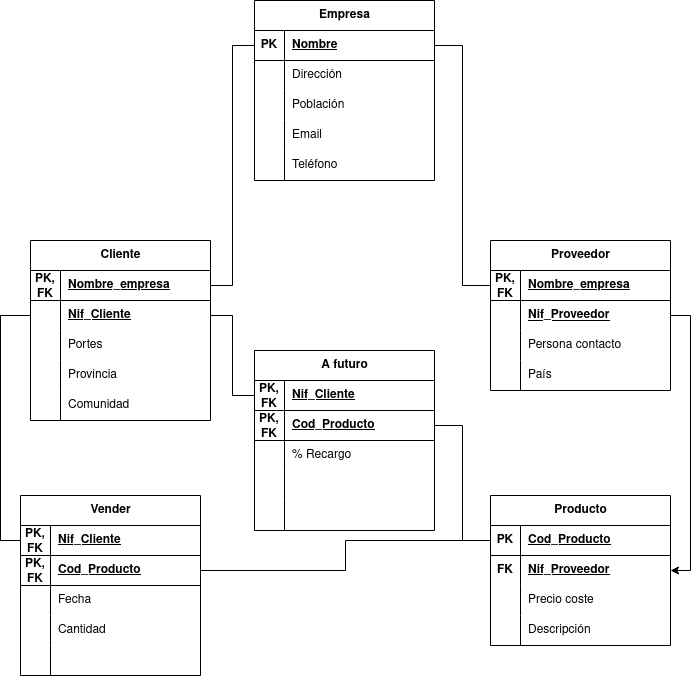
LuisMGlez/base-datos keeps this draw.io diagram as Unidad-1/Tareas/Tareas-evaluables/Tarea-evaluable-5/tarea-empresa-compraventa.drawio.png. Above is the earlier version. Source tidied: cells renumbered, new cells last; positions are measured from the earlier drawing's top-left corner, leaving out a move shared by most shapes.
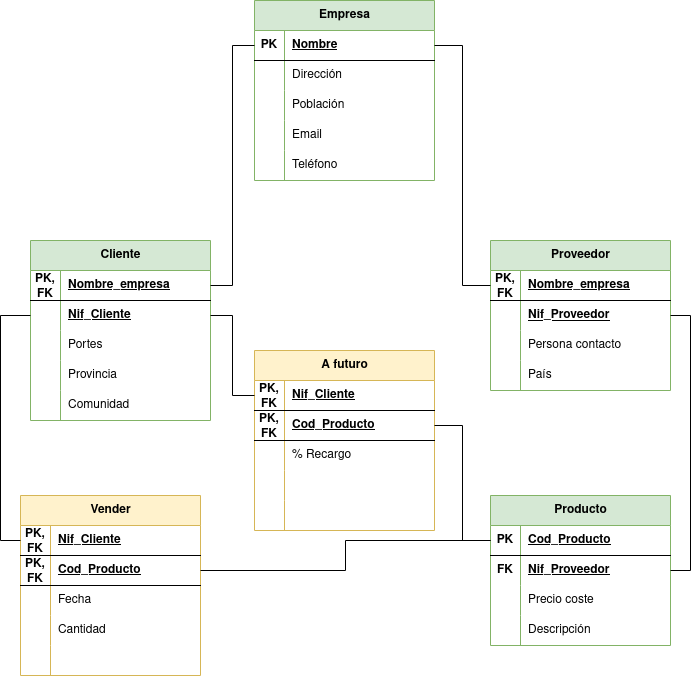
Later version of the same file.

What changed in the source:
```diff
@@ -2,7 +2,7 @@
   <root>
     <mxCell id="0" />
     <mxCell id="1" parent="0" />
-    <mxCell id="2" value="Cliente" style="shape=table;startSize=30;rowLines=0;fontStyle=1;align=center;html=1;" parent="1" vertex="1">
+    <mxCell id="2" value="Cliente" style="shape=table;startSize=30;rowLines=0;fontStyle=1;align=center;html=1;fillColor=#d5e8d4;strokeColor=#82b366;" parent="1" vertex="1">
       <mxGeometry x="10" y="240" width="180" height="180" as="geometry" />
     </mxCell>
     <mxCell id="3" style="shape=tableRow;horizontal=0;startSize=0;swimlaneHead=0;swimlaneBody=0;fillColor=none;points=[[0,0.5],[1,0.5]];portConstraint=eastwest;top=0;left=0;right=0;bottom=1;" parent="2" vertex="1">
@@ -50,7 +50,7 @@
     <mxCell id="17" value="Comunidad" style="shape=partialRectangle;fillColor=none;top=0;left=0;bottom=0;right=0;align=left;spacingLeft=6;overflow=hidden;whiteSpace=wrap;html=1;" parent="15" vertex="1">
       <mxGeometry x="30" width="150" height="30" as="geometry" />
     </mxCell>
-    <mxCell id="18" value="Empresa" style="shape=table;startSize=30;rowLines=0;fontStyle=1;align=center;html=1;" parent="1" vertex="1">
+    <mxCell id="18" value="Empresa" style="shape=table;startSize=30;rowLines=0;fontStyle=1;align=center;html=1;fillColor=#d5e8d4;strokeColor=#82b366;" parent="1" vertex="1">
       <mxGeometry x="234" width="180" height="180" as="geometry" />
     </mxCell>
     <mxCell id="19" style="shape=tableRow;horizontal=0;startSize=0;swimlaneHead=0;swimlaneBody=0;fillColor=none;points=[[0,0.5],[1,0.5]];portConstraint=eastwest;top=0;left=0;right=0;bottom=1;" parent="18" vertex="1">
@@ -98,7 +98,7 @@
     <mxCell id="33" value="Teléfono" style="shape=partialRectangle;fillColor=none;top=0;left=0;bottom=0;right=0;align=left;spacingLeft=6;overflow=hidden;whiteSpace=wrap;html=1;" parent="31" vertex="1">
       <mxGeometry x="30" width="150" height="30" as="geometry" />
     </mxCell>
-    <mxCell id="34" value="Proveedor" style="shape=table;startSize=30;rowLines=0;fontStyle=1;align=center;html=1;" parent="1" vertex="1">
+    <mxCell id="34" value="Proveedor" style="shape=table;startSize=30;rowLines=0;fontStyle=1;align=center;html=1;fillColor=#d5e8d4;strokeColor=#82b366;" parent="1" vertex="1">
       <mxGeometry x="470" y="240" width="180" height="150" as="geometry" />
     </mxCell>
     <mxCell id="35" style="shape=tableRow;horizontal=0;startSize=0;swimlaneHead=0;swimlaneBody=0;fillColor=none;points=[[0,0.5],[1,0.5]];portConstraint=eastwest;top=0;left=0;right=0;bottom=1;" parent="34" vertex="1">
@@ -143,7 +143,7 @@
     <mxCell id="48" style="edgeStyle=orthogonalEdgeStyle;rounded=0;jettySize=auto;html=1;exitX=1;exitY=0.5;exitDx=0;exitDy=0;entryX=0;entryY=0.5;entryDx=0;entryDy=0;endArrow=none;endFill=0;" parent="1" edge="1" source="19" target="35">
       <mxGeometry relative="1" as="geometry" />
     </mxCell>
-    <mxCell id="49" value="Producto" style="shape=table;startSize=30;rowLines=0;fontStyle=1;align=center;html=1;" parent="1" vertex="1">
+    <mxCell id="49" value="Producto" style="shape=table;startSize=30;rowLines=0;fontStyle=1;align=center;html=1;fillColor=#d5e8d4;strokeColor=#82b366;" parent="1" vertex="1">
       <mxGeometry x="470" y="495" width="180" height="150" as="geometry" />
     </mxCell>
     <mxCell id="50" style="shape=tableRow;horizontal=0;startSize=0;swimlaneHead=0;swimlaneBody=0;fillColor=none;points=[[0,0.5],[1,0.5]];portConstraint=eastwest;top=0;left=0;right=0;bottom=1;" parent="49" vertex="1">
@@ -182,7 +182,7 @@
     <mxCell id="61" value="Descripción" style="shape=partialRectangle;fillColor=none;top=0;left=0;bottom=0;right=0;align=left;spacingLeft=6;overflow=hidden;whiteSpace=wrap;html=1;" parent="59" vertex="1">
       <mxGeometry x="30" width="150" height="30" as="geometry" />
     </mxCell>
-    <mxCell id="62" value="A futuro" style="shape=table;startSize=30;rowLines=0;fontStyle=1;align=center;html=1;" parent="1" vertex="1">
+    <mxCell id="62" value="A futuro" style="shape=table;startSize=30;rowLines=0;fontStyle=1;align=center;html=1;fillColor=#fff2cc;strokeColor=#d6b656;" parent="1" vertex="1">
       <mxGeometry x="234" y="350" width="180" height="180" as="geometry" />
     </mxCell>
     <mxCell id="63" style="shape=tableRow;horizontal=0;startSize=0;swimlaneHead=0;swimlaneBody=0;fillColor=none;points=[[0,0.5],[1,0.5]];portConstraint=eastwest;top=0;left=0;right=0;bottom=1;" parent="62" vertex="1">
@@ -230,7 +230,7 @@
     <mxCell id="77" style="shape=partialRectangle;fillColor=none;top=0;left=0;bottom=0;right=0;align=left;spacingLeft=6;overflow=hidden;whiteSpace=wrap;html=1;" parent="75" vertex="1">
       <mxGeometry x="30" width="150" height="30" as="geometry" />
     </mxCell>
-    <mxCell id="78" value="Vender" style="shape=table;startSize=30;rowLines=0;fontStyle=1;align=center;html=1;" parent="1" vertex="1">
+    <mxCell id="78" value="Vender" style="shape=table;startSize=30;rowLines=0;fontStyle=1;align=center;html=1;fillColor=#fff2cc;strokeColor=#d6b656;" parent="1" vertex="1">
       <mxGeometry y="495" width="180" height="180" as="geometry" />
     </mxCell>
     <mxCell id="79" style="shape=tableRow;horizontal=0;startSize=0;swimlaneHead=0;swimlaneBody=0;fillColor=none;points=[[0,0.5],[1,0.5]];portConstraint=eastwest;top=0;left=0;right=0;bottom=1;" parent="78" vertex="1">
@@ -290,7 +290,7 @@
     <mxCell id="97" style="edgeStyle=orthogonalEdgeStyle;rounded=0;jettySize=auto;html=1;exitX=0;exitY=0.5;exitDx=0;exitDy=0;entryX=1;entryY=0.5;entryDx=0;entryDy=0;endArrow=none;endFill=0;" parent="1" edge="1" source="50" target="66">
       <mxGeometry relative="1" as="geometry" />
     </mxCell>
-    <mxCell id="98" style="edgeStyle=orthogonalEdgeStyle;rounded=0;jettySize=auto;html=1;exitX=1;exitY=0.5;exitDx=0;exitDy=0;entryX=1;entryY=0.5;entryDx=0;entryDy=0;" parent="1" edge="1" source="38" target="49">
+    <mxCell id="98" style="edgeStyle=orthogonalEdgeStyle;rounded=0;jettySize=auto;html=1;exitX=1;exitY=0.5;exitDx=0;exitDy=0;entryX=1;entryY=0.5;entryDx=0;entryDy=0;endArrow=none;endFill=0;" parent="1" edge="1" source="38" target="49">
       <mxGeometry relative="1" as="geometry" />
     </mxCell>
   </root>
```
